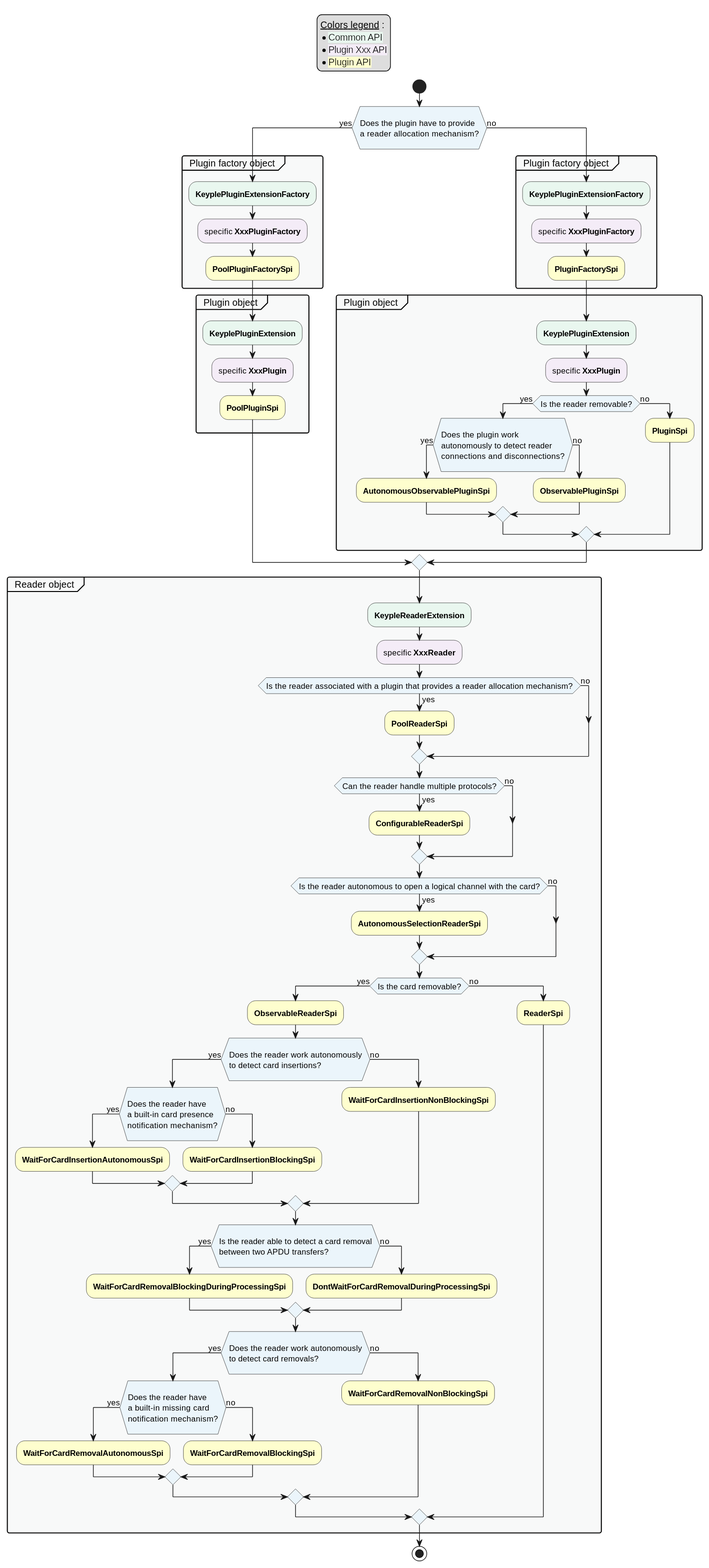
Above: static/media/learn/developer-guide/design-guides/reader_plugin_activity_diagram.svg in eclipse-keyple/keyple-website (PlantUML), before the change.
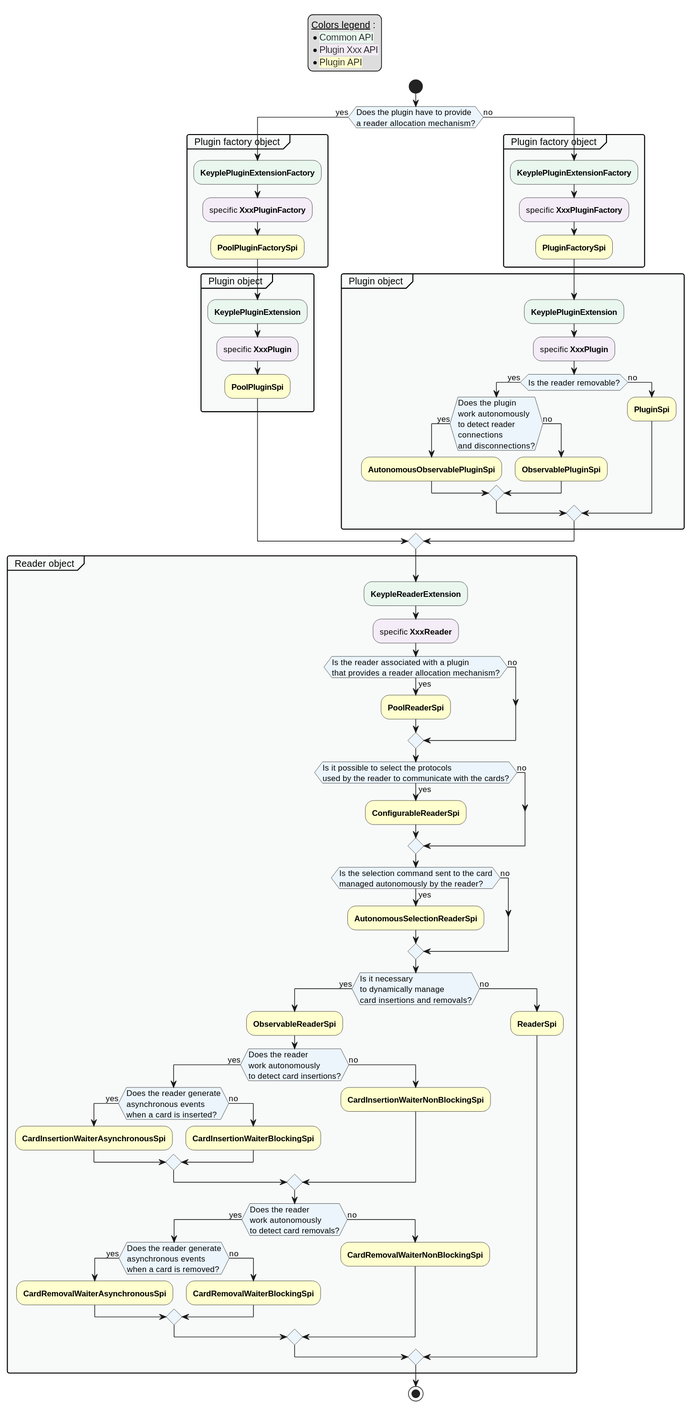
After the commit.

Diff of the diagram source:
```diff
@@ -31,7 +31,7 @@
 
 start
 
-if (\nDoes the plugin have to provide\na reader allocation mechanism?\n) then (yes)
+if (Does the plugin have to provide\na reader allocation mechanism?) then (yes)
     partition "  Plugin factory object  " {
         #C_GREEN:**KeyplePluginExtensionFactory**;
         #C_PURPLE:specific **XxxPluginFactory**;
@@ -52,7 +52,7 @@
         #C_GREEN:**KeyplePluginExtension**;
         #C_PURPLE:specific **XxxPlugin**;
         if (Is the reader removable?) then (yes)
-            if (\nDoes the plugin work\nautonomously to detect reader\nconnections and disconnections?\n) then (yes)
+            if (Does the plugin\nwork autonomously\nto detect reader\nconnections\nand disconnections?) then (yes)
                 #C_YELLOW:**AutonomousObservablePluginSpi**;
             else (no)
                 #C_YELLOW:**ObservablePluginSpi**;
@@ -67,45 +67,40 @@
     #C_GREEN:**KeypleReaderExtension**;
     #C_PURPLE:specific **XxxReader**;
 
-    if (Is the reader associated with a plugin that provides a reader allocation mechanism?) then (yes)
+    if (Is the reader associated with a plugin\nthat provides a reader allocation mechanism?) then (yes)
         #C_YELLOW:**PoolReaderSpi**;
     else (no)
     endif
 
-    if (Can the reader handle multiple protocols?) then (yes)
+    if (Is it possible to select the protocols\nused by the reader to communicate with the cards?) then (yes)
         #C_YELLOW:**ConfigurableReaderSpi**;
     else (no)
     endif
 
-    if (Is the reader autonomous to open a logical channel with the card?) then (yes)
+    if (Is the selection command sent to the card\nmanaged autonomously by the reader?) then (yes)
         #C_YELLOW:**AutonomousSelectionReaderSpi**;
     else (no)
     endif
 
-    if (Is the card removable?) then (yes)
+    if (Is it necessary\nto dynamically manage\ncard insertions and removals?) then (yes)
         #C_YELLOW:**ObservableReaderSpi**;
-        if (\nDoes the reader work autonomously\nto detect card insertions?\n) then (yes)
-            if (\nDoes the reader have\na built-in card presence\nnotification mechanism?\n) then (yes)
-                #C_YELLOW:**WaitForCardInsertionAutonomousSpi**;
+        if (Does the reader\nwork autonomously\nto detect card insertions?) then (yes)
+            if (Does the reader generate\nasynchronous events\nwhen a card is inserted?) then (yes)
+                #C_YELLOW:**CardInsertionWaiterAsynchronousSpi**;
             else (no)
-                #C_YELLOW:**WaitForCardInsertionBlockingSpi**;
+                #C_YELLOW:**CardInsertionWaiterBlockingSpi**;
             endif
         else (no)
-            #C_YELLOW:**WaitForCardInsertionNonBlockingSpi**;
+            #C_YELLOW:**CardInsertionWaiterNonBlockingSpi**;
         endif
-        if (\nIs the reader able to detect a card removal\nbetween two APDU transfers?\n) then (yes)
-            #C_YELLOW:**WaitForCardRemovalBlockingDuringProcessingSpi**;
-        else (no)
-            #C_YELLOW:**DontWaitForCardRemovalDuringProcessingSpi**;
-        endif
-        if (\nDoes the reader work autonomously\nto detect card removals?\n) then (yes)
-            if (\nDoes the reader have\na built-in missing card\nnotification mechanism?\n) then (yes)
-                #C_YELLOW:**WaitForCardRemovalAutonomousSpi**;
+        if (Does the reader\nwork autonomously\nto detect card removals?) then (yes)
+            if (Does the reader generate\nasynchronous events\nwhen a card is removed?) then (yes)
+                #C_YELLOW:**CardRemovalWaiterAsynchronousSpi**;
             else (no)
-                #C_YELLOW:**WaitForCardRemovalBlockingSpi**;
+                #C_YELLOW:**CardRemovalWaiterBlockingSpi**;
             endif
         else (no)
-            #C_YELLOW:**WaitForCardRemovalNonBlockingSpi**;
+            #C_YELLOW:**CardRemovalWaiterNonBlockingSpi**;
         endif
     else (no)
         #C_YELLOW:**ReaderSpi**;
```
